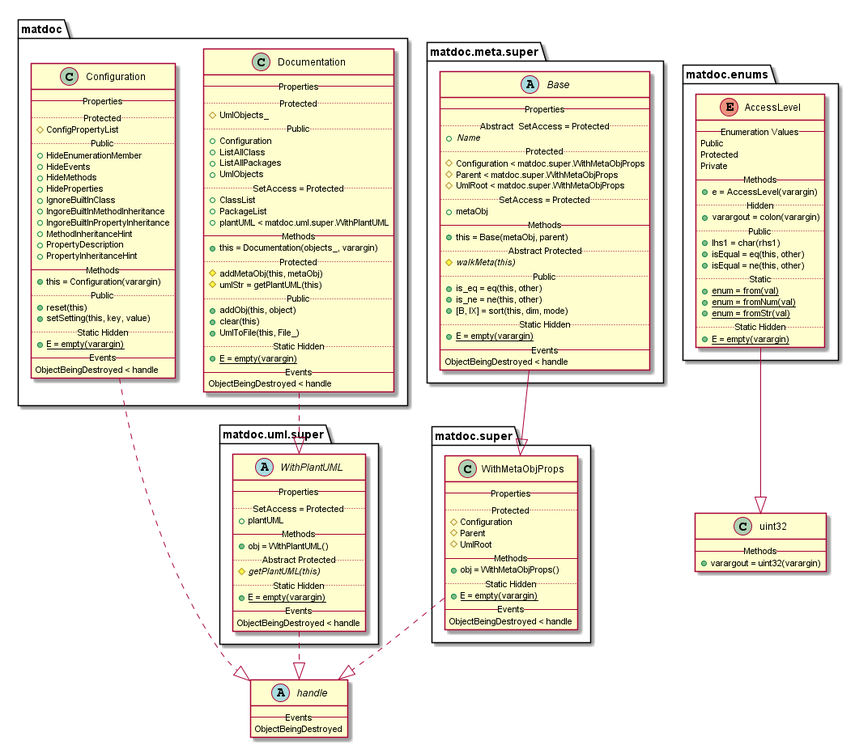
Before: doc/uml-examples/uml-diagram.png, a diagram exported from PlantUML (flxdot/matdoc).
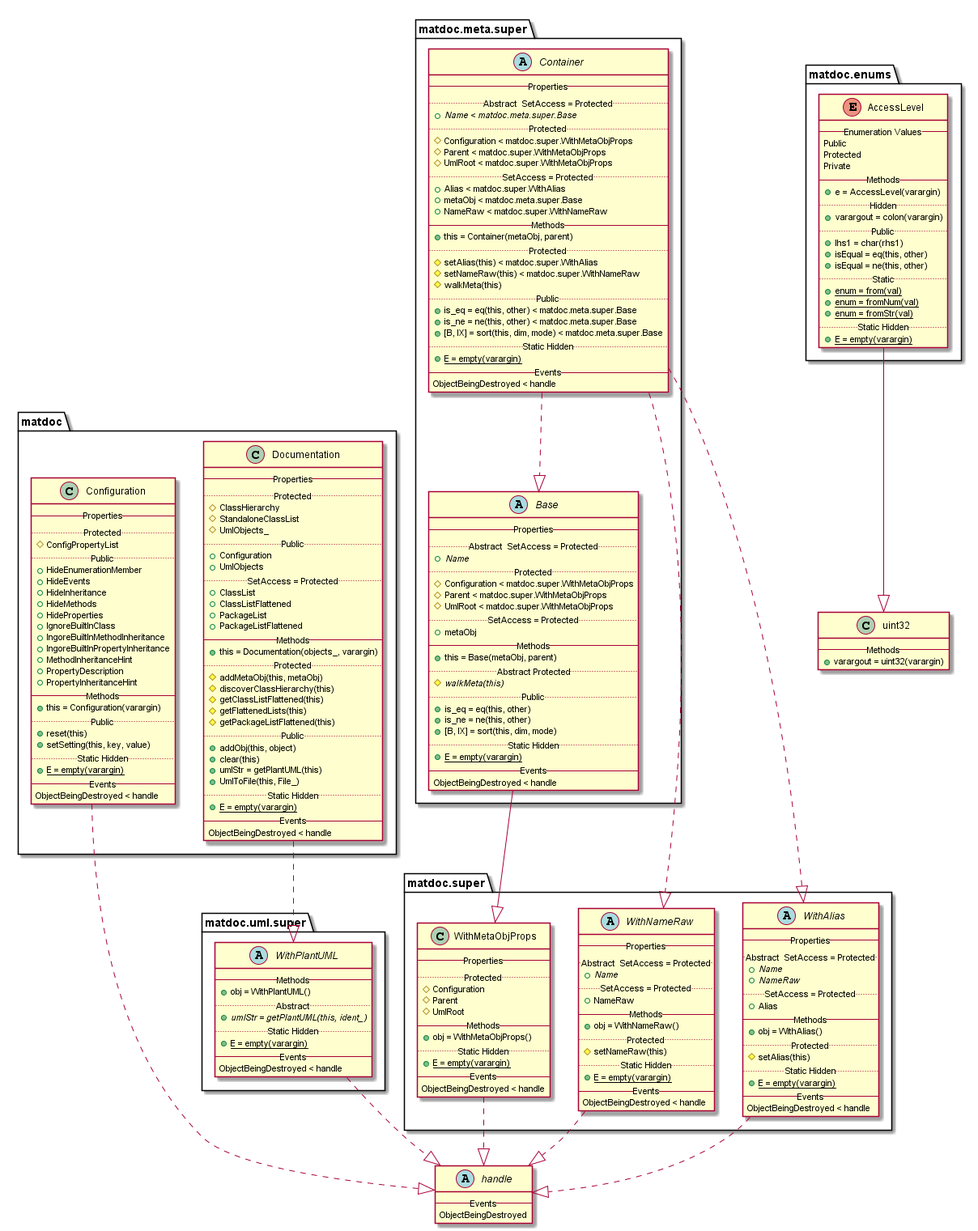
The same diagram one commit later.

The edit, as a diff of the source:
```diff
@@ -13,6 +13,7 @@
    .. Public ..
    {field} + HideEnumerationMember
    {field} + HideEvents
+   {field} + HideInheritance
    {field} + HideMethods
    {field} + HideProperties
    {field} + IgnoreBuiltInClass
@@ -27,7 +28,7 @@
    {method} + reset(this)
    {method} + setSetting(this, key, value)
    .. Static Hidden ..
-   {method}{static} + E = empty(varargin)
+   {method} {static} + E = empty(varargin)
    -- Events --
    ObjectBeingDestroyed < handle
 }
@@ -37,27 +38,32 @@
 class matdoc.Documentation {
    -- Properties --
    .. Protected ..
+   {field} # ClassHierarchy
+   {field} # StandaloneClassList
    {field} # UmlObjects_
    .. Public ..
    {field} + Configuration
-   {field} + ListAllClass
-   {field} + ListAllPackages
    {field} + UmlObjects
    .. SetAccess = Protected ..
    {field} + ClassList
+   {field} + ClassListFlattened
    {field} + PackageList
-   {field} + plantUML < matdoc.uml.super.WithPlantUML
+   {field} + PackageListFlattened
    -- Methods --
    {method} + this = Documentation(objects_, varargin)
    .. Protected ..
    {method} # addMetaObj(this, metaObj)
-   {method} # umlStr = getPlantUML(this)
+   {method} # discoverClassHierarchy(this)
+   {method} # getClassListFlattened(this)
+   {method} # getFlattenedLists(this)
+   {method} # getPackageListFlattened(this)
    .. Public ..
    {method} + addObj(this, object)
    {method} + clear(this)
+   {method} + umlStr = getPlantUML(this)
    {method} + UmlToFile(this, File_)
    .. Static Hidden ..
-   {method}{static} + E = empty(varargin)
+   {method} {static} + E = empty(varargin)
    -- Events --
    ObjectBeingDestroyed < handle
 }
@@ -78,11 +84,11 @@
    {method} + isEqual = eq(this, other)
    {method} + isEqual = ne(this, other)
    .. Static ..
-   {method}{static} + enum = from(val)
-   {method}{static} + enum = fromNum(val)
-   {method}{static} + enum = fromStr(val)
+   {method} {static} + enum = from(val)
+   {method} {static} + enum = fromNum(val)
+   {method} {static} + enum = fromStr(val)
    .. Static Hidden ..
-   {method}{static} + E = empty(varargin)
+   {method} {static} + E = empty(varargin)
 }
 
 matdoc.enums.AccessLevel --|> uint32
@@ -90,7 +96,7 @@
 abstract class matdoc.meta.super.Base {
    -- Properties --
    .. Abstract  SetAccess = Protected ..
-   {field}{abstract} + Name
+   {field} {abstract} + Name
    .. Protected ..
    {field} # Configuration < matdoc.super.WithMetaObjProps
    {field} # Parent < matdoc.super.WithMetaObjProps
@@ -100,18 +106,69 @@
    -- Methods --
    {method} + this = Base(metaObj, parent)
    .. Abstract Protected ..
-   {method}{abstract} # walkMeta(this)
+   {method} {abstract} # walkMeta(this)
    .. Public ..
    {method} + is_eq = eq(this, other)
    {method} + is_ne = ne(this, other)
    {method} + [B, IX] = sort(this, dim, mode)
    .. Static Hidden ..
-   {method}{static} + E = empty(varargin)
+   {method} {static} + E = empty(varargin)
    -- Events --
    ObjectBeingDestroyed < handle
 }
 
 matdoc.meta.super.Base --|> matdoc.super.WithMetaObjProps
+
+abstract class matdoc.meta.super.Container {
+   -- Properties --
+   .. Abstract  SetAccess = Protected ..
+   {field} {abstract} + Name < matdoc.meta.super.Base
+   .. Protected ..
+   {field} # Configuration < matdoc.super.WithMetaObjProps
+   {field} # Parent < matdoc.super.WithMetaObjProps
+   {field} # UmlRoot < matdoc.super.WithMetaObjProps
+   .. SetAccess = Protected ..
+   {field} + Alias < matdoc.super.WithAlias
+   {field} + metaObj < matdoc.meta.super.Base
+   {field} + NameRaw < matdoc.super.WithNameRaw
+   -- Methods --
+   {method} + this = Container(metaObj, parent)
+   .. Protected ..
+   {method} # setAlias(this) < matdoc.super.WithAlias
+   {method} # setNameRaw(this) < matdoc.super.WithNameRaw
+   {method} # walkMeta(this)
+   .. Public ..
+   {method} + is_eq = eq(this, other) < matdoc.meta.super.Base
+   {method} + is_ne = ne(this, other) < matdoc.meta.super.Base
+   {method} + [B, IX] = sort(this, dim, mode) < matdoc.meta.super.Base
+   .. Static Hidden ..
+   {method} {static} + E = empty(varargin)
+   -- Events --
+   ObjectBeingDestroyed < handle
+}
+
+matdoc.meta.super.Container ..|> matdoc.meta.super.Base
+matdoc.meta.super.Container ..|> matdoc.super.WithNameRaw
+matdoc.meta.super.Container ..|> matdoc.super.WithAlias
+
+abstract class matdoc.super.WithAlias {
+   -- Properties --
+   .. Abstract  SetAccess = Protected ..
+   {field} {abstract} + Name
+   {field} {abstract} + NameRaw
+   .. SetAccess = Protected ..
+   {field} + Alias
+   -- Methods --
+   {method} + obj = WithAlias()
+   .. Protected ..
+   {method} # setAlias(this)
+   .. Static Hidden ..
+   {method} {static} + E = empty(varargin)
+   -- Events --
+   ObjectBeingDestroyed < handle
+}
+
+matdoc.super.WithAlias ..|> handle
 
 class matdoc.super.WithMetaObjProps {
    -- Properties --
@@ -122,23 +179,38 @@
    -- Methods --
    {method} + obj = WithMetaObjProps()
    .. Static Hidden ..
-   {method}{static} + E = empty(varargin)
+   {method} {static} + E = empty(varargin)
    -- Events --
    ObjectBeingDestroyed < handle
 }
 
 matdoc.super.WithMetaObjProps ..|> handle
 
+abstract class matdoc.super.WithNameRaw {
+   -- Properties --
+   .. Abstract  SetAccess = Protected ..
+   {field} {abstract} + Name
+   .. SetAccess = Protected ..
+   {field} + NameRaw
+   -- Methods --
+   {method} + obj = WithNameRaw()
+   .. Protected ..
+   {method} # setNameRaw(this)
+   .. Static Hidden ..
+   {method} {static} + E = empty(varargin)
+   -- Events --
+   ObjectBeingDestroyed < handle
+}
+
+matdoc.super.WithNameRaw ..|> handle
+
 abstract class matdoc.uml.super.WithPlantUML {
-   -- Properties --
-   .. SetAccess = Protected ..
-   {field} + plantUML
    -- Methods --
    {method} + obj = WithPlantUML()
-   .. Abstract Protected ..
-   {method}{abstract} # getPlantUML(this)
+   .. Abstract ..
+   {method} {abstract} + umlStr = getPlantUML(this, ident_)
    .. Static Hidden ..
-   {method}{static} + E = empty(varargin)
+   {method} {static} + E = empty(varargin)
    -- Events --
    ObjectBeingDestroyed < handle
 }
```
